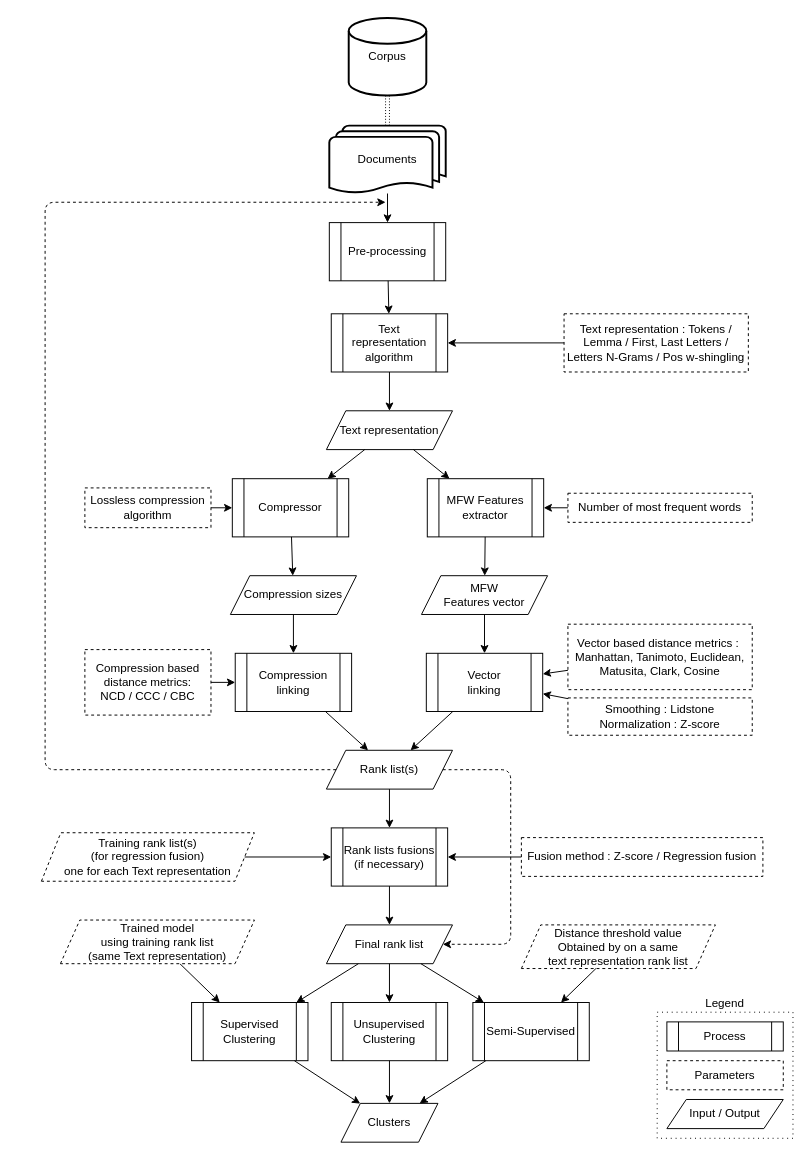
This is schema/pipeline.drawio from TheRaphael0000/master_thesis, a draw.io file, before an edit. Source tidied: cells renumbered, new cells numbered last; positions are measured from the earlier drawing's top-left corner, leaving out a move shared by most shapes. Both pictures are drawn from the tidied source at 97%, with x=0, y=0 at pixel (41, 17).
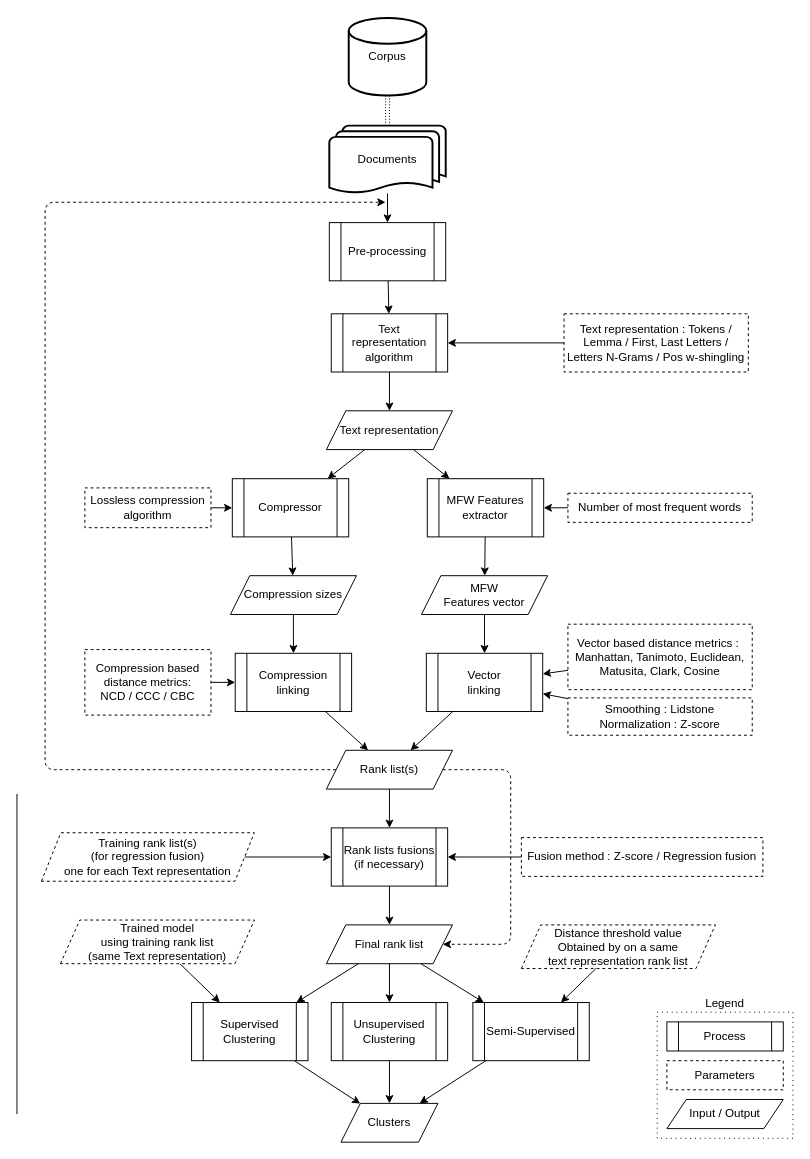
The same page after the edit.

What changed in the source:
```diff
@@
+    <mxCell id="67" style="endArrow=none;html=1;" parent="1" edge="1">
+      <mxGeometry relative="1" as="geometry">
+        <mxPoint x="-25" y="1130" as="sourcePoint" />
+        <mxPoint x="-25" y="800" as="targetPoint" />
+      </mxGeometry>
+    </mxCell>
```
